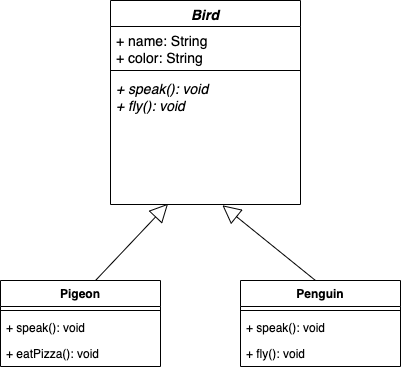
Above: solutions/activity_4_exercise_4.6.png in sheryjebu/introduction-to-oop (draw.io), before the change. Source tidied: cells renumbered, new cells last; positions are measured from the earlier drawing's top-left corner, leaving out a move shared by most shapes.
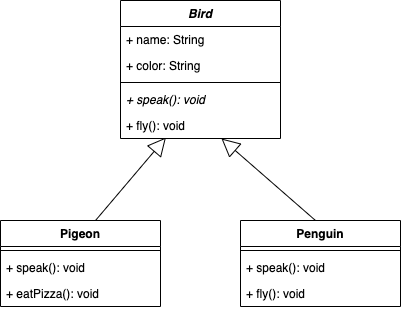
After the change.

Commit message:
Adds fixes to UML diagrams

The edit, as a diff of the source:
```diff
@@ -2,24 +2,12 @@
   <root>
     <mxCell id="0" />
     <mxCell id="1" parent="0" />
-    <mxCell id="2" value="Bird" style="swimlane;fontStyle=3;align=center;verticalAlign=top;horizontal=1;startSize=26;fontSize=14;" parent="1" vertex="1">
-      <mxGeometry x="110" width="190" height="204" as="geometry" />
-    </mxCell>
-    <mxCell id="3" value="+ name: String&#10;+ color: String" style="text;strokeColor=none;fillColor=none;align=left;verticalAlign=top;spacingLeft=4;spacingRight=4;overflow=hidden;fontSize=14;" parent="2" vertex="1">
-      <mxGeometry y="26" width="190" height="40" as="geometry" />
-    </mxCell>
-    <mxCell id="4" style="line;strokeWidth=1;fillColor=none;align=left;verticalAlign=middle;spacingTop=-1;spacingLeft=3;spacingRight=3;labelPosition=right;" parent="2" vertex="1">
-      <mxGeometry y="66" width="190" height="8" as="geometry" />
-    </mxCell>
-    <mxCell id="5" value="+ speak(): void&#10;+ fly(): void" style="text;strokeColor=none;fillColor=none;align=left;verticalAlign=top;spacingLeft=4;spacingRight=4;overflow=hidden;points=[[0,0.5],[1,0.5]];portConstraint=eastwest;fontSize=14;fontStyle=2;" parent="2" vertex="1">
-      <mxGeometry y="74" width="190" height="130" as="geometry" />
-    </mxCell>
-    <mxCell id="6" style="endArrow=block;endSize=16;endFill=0;html=1;fontSize=14;exitX=0.5;exitY=0;exitDx=0;exitDy=0;entryX=0.303;entryY=0.994;entryDx=0;entryDy=0;entryPerimeter=0;" parent="1" edge="1" target="5">
+    <mxCell id="6" style="endArrow=block;endSize=16;endFill=0;html=1;fontSize=14;exitX=0.5;exitY=0;exitDx=0;exitDy=0;entryX=0.284;entryY=0.962;entryDx=0;entryDy=0;entryPerimeter=0;" parent="1" edge="1" target="20">
       <mxGeometry relative="1" as="geometry">
         <mxPoint x="95" y="280" as="sourcePoint" />
       </mxGeometry>
     </mxCell>
-    <mxCell id="7" style="endArrow=block;endSize=16;endFill=0;html=1;fontSize=14;entryX=0.589;entryY=1.006;entryDx=0;entryDy=0;entryPerimeter=0;exitX=0.5;exitY=0;exitDx=0;exitDy=0;" parent="1" edge="1" target="5">
+    <mxCell id="7" style="endArrow=block;endSize=16;endFill=0;html=1;fontSize=14;entryX=0.631;entryY=1;entryDx=0;entryDy=0;entryPerimeter=0;exitX=0.5;exitY=0;exitDx=0;exitDy=0;" parent="1" edge="1" target="20">
       <mxGeometry relative="1" as="geometry">
         <mxPoint x="315" y="280" as="sourcePoint" />
       </mxGeometry>
@@ -48,5 +36,23 @@
     <mxCell id="15" value="+ fly(): void" style="text;strokeColor=none;fillColor=none;align=left;verticalAlign=top;spacingLeft=4;spacingRight=4;overflow=hidden;" parent="12" vertex="1">
       <mxGeometry y="60" width="160" height="26" as="geometry" />
     </mxCell>
+    <mxCell id="2" value="Bird" style="swimlane;fontStyle=3;align=center;verticalAlign=top;horizontal=1;startSize=26;" parent="1" vertex="1">
+      <mxGeometry x="120" y="60" width="160" height="138" as="geometry" />
+    </mxCell>
+    <mxCell id="16" value="+ name: String" style="text;strokeColor=none;fillColor=none;align=left;verticalAlign=top;spacingLeft=4;spacingRight=4;overflow=hidden;" parent="2" vertex="1">
+      <mxGeometry y="26" width="160" height="26" as="geometry" />
+    </mxCell>
+    <mxCell id="17" value="+ color: String" style="text;strokeColor=none;fillColor=none;align=left;verticalAlign=top;spacingLeft=4;spacingRight=4;overflow=hidden;" parent="2" vertex="1">
+      <mxGeometry y="52" width="160" height="26" as="geometry" />
+    </mxCell>
+    <mxCell id="18" style="line;strokeWidth=1;fillColor=none;align=left;verticalAlign=middle;spacingTop=-1;spacingLeft=3;spacingRight=3;labelPosition=right;" parent="2" vertex="1">
+      <mxGeometry y="78" width="160" height="8" as="geometry" />
+    </mxCell>
+    <mxCell id="19" value="+ speak(): void" style="text;strokeColor=none;fillColor=none;align=left;verticalAlign=top;spacingLeft=4;spacingRight=4;overflow=hidden;fontStyle=2;" parent="2" vertex="1">
+      <mxGeometry y="86" width="160" height="26" as="geometry" />
+    </mxCell>
+    <mxCell id="20" value="+ fly(): void" style="text;strokeColor=none;fillColor=none;align=left;verticalAlign=top;spacingLeft=4;spacingRight=4;overflow=hidden;points=[[0,0.5],[1,0.5]];portConstraint=eastwest;fontStyle=0;" parent="2" vertex="1">
+      <mxGeometry y="112" width="160" height="26" as="geometry" />
+    </mxCell>
   </root>
 </mxGraphModel>
```
